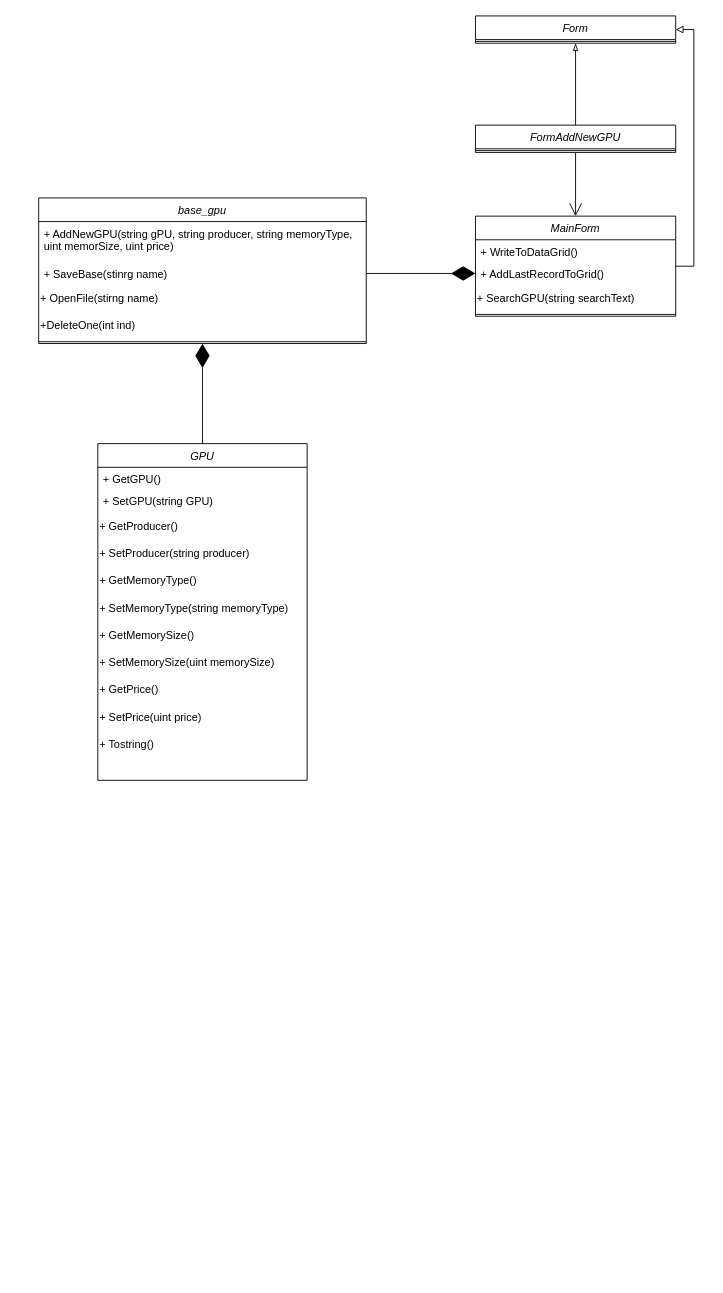
This is uml.drawio from ComebaLL/dbgpu, a draw.io file, before an edit. Source tidied: cells renumbered, new cells numbered last; positions are measured from the earlier drawing's top-left corner, leaving out a move shared by most shapes. Both pictures are drawn from the tidied source at 91%, with x=0, y=0 at pixel (38, 15).
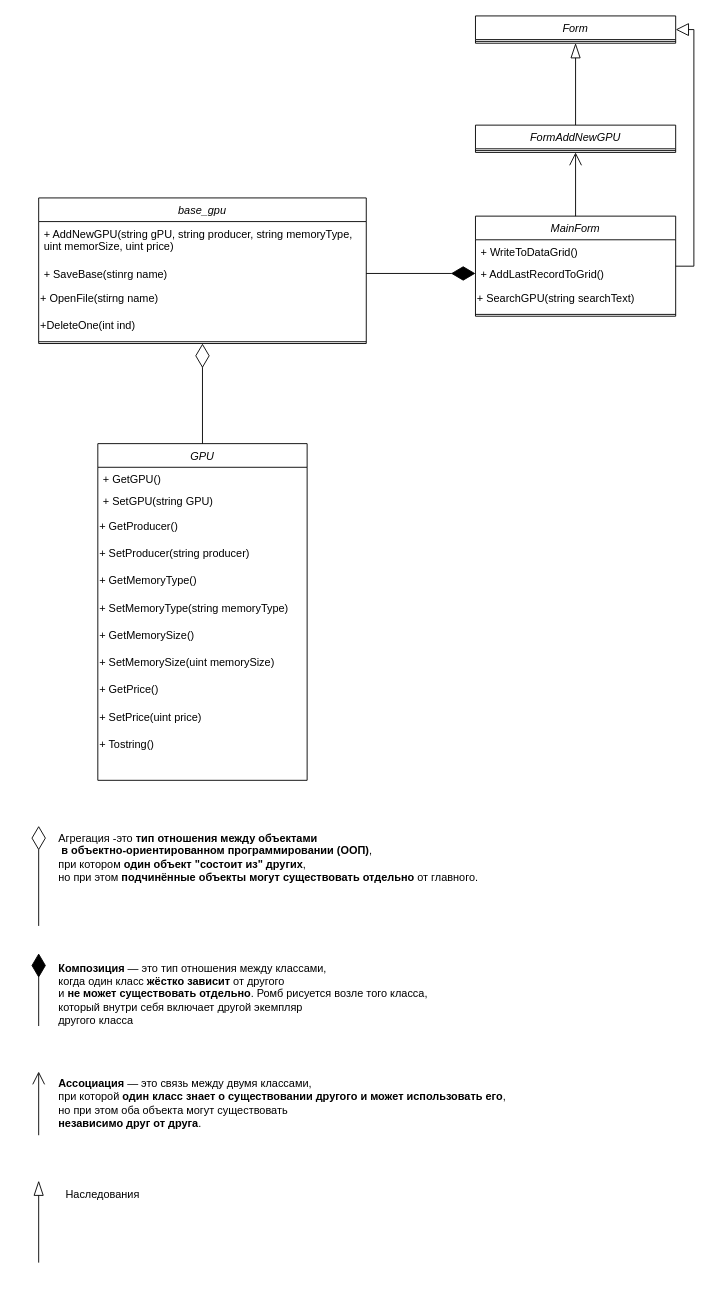
Above is the later version.

The change refers to these unchanged cells:
```xml
<mxCell id="2" value="base_gpu" style="swimlane;fontStyle=2;align=center;verticalAlign=top;horizontal=1;startSize=26;rounded=0;shadow=0;strokeWidth=1;" parent="1" vertex="1">
  <mxGeometry y="200" width="360" height="160" as="geometry" />
</mxCell>
<mxCell id="9" value="MainForm" style="swimlane;fontStyle=2;align=center;verticalAlign=top;horizontal=1;startSize=26;rounded=0;shadow=0;strokeWidth=1;" parent="1" vertex="1">
  <mxGeometry x="480" y="220" width="220" height="110" as="geometry" />
</mxCell>
<mxCell id="14" value="GPU" style="swimlane;fontStyle=2;align=center;verticalAlign=top;horizontal=1;startSize=26;rounded=0;shadow=0;strokeWidth=1;" parent="1" vertex="1">
  <mxGeometry x="65" y="470" width="230" height="370" as="geometry" />
</mxCell>
<mxCell id="27" value="FormAddNewGPU" style="swimlane;fontStyle=2;align=center;verticalAlign=top;horizontal=1;startSize=26;rounded=0;shadow=0;strokeWidth=1;" parent="1" vertex="1">
  <mxGeometry x="480" y="120" width="220" height="30" as="geometry" />
</mxCell>
<mxCell id="29" value="Form" style="swimlane;fontStyle=2;align=center;verticalAlign=top;horizontal=1;startSize=26;rounded=0;shadow=0;strokeWidth=1;" parent="1" vertex="1">
  <mxGeometry x="480" width="220" height="30" as="geometry" />
</mxCell>
```

Diff of the diagram source:
```diff
@@
-    <mxCell id="8" style="edgeStyle=orthogonalEdgeStyle;rounded=0;jettySize=auto;html=1;entryX=1;entryY=0.5;entryDx=0;entryDy=0;endArrow=block;endFill=0;" parent="1" edge="1" source="9" target="29">
+    <mxCell id="8" style="edgeStyle=orthogonalEdgeStyle;rounded=0;jettySize=auto;html=1;entryX=1;entryY=0.5;entryDx=0;entryDy=0;endArrow=block;endFill=0;endSize=12;" parent="1" edge="1" source="9" target="29">
       <mxGeometry relative="1" as="geometry">
         <Array as="points">
           <mxPoint x="720" y="275" />
           <mxPoint x="720" y="15" />
         </Array>
       </mxGeometry>
     </mxCell>
@@
-    <mxCell id="26" style="edgeStyle=orthogonalEdgeStyle;rounded=0;jettySize=auto;html=1;entryX=0.5;entryY=1;entryDx=0;entryDy=0;endArrow=blockThin;endFill=0;" parent="1" edge="1" source="27" target="29">
+    <mxCell id="26" style="edgeStyle=orthogonalEdgeStyle;rounded=0;jettySize=auto;html=1;entryX=0.5;entryY=1;entryDx=0;entryDy=0;endArrow=blockThin;endFill=0;strokeWidth=1;endSize=14;" parent="1" edge="1" source="27" target="29">
       <mxGeometry relative="1" as="geometry" />
     </mxCell>
@@
-    <mxCell id="32" style="endArrow=open;endFill=1;endSize=12;html=1;rounded=0;exitX=0.5;exitY=1;exitDx=0;exitDy=0;" parent="1" edge="1" source="27" target="9">
+    <mxCell id="32" style="endArrow=open;endFill=1;endSize=12;html=1;rounded=0;entryX=0.5;entryY=1;entryDx=0;entryDy=0;exitX=0.5;exitY=0;exitDx=0;exitDy=0;" parent="1" edge="1" source="9" target="27">
       <mxGeometry relative="1" as="geometry" />
     </mxCell>
-    <mxCell id="33" style="endArrow=diamondThin;endFill=1;endSize=24;html=1;rounded=0;exitX=0.5;exitY=0;exitDx=0;exitDy=0;entryX=0.5;entryY=1;entryDx=0;entryDy=0;" parent="1" edge="1" source="14" target="2">
+    <mxCell id="33" style="endArrow=diamondThin;endFill=0;endSize=24;html=1;rounded=0;exitX=0.5;exitY=0;exitDx=0;exitDy=0;entryX=0.5;entryY=1;entryDx=0;entryDy=0;" parent="1" edge="1" source="14" target="2">
       <mxGeometry relative="1" as="geometry" />
     </mxCell>
+    <mxCell id="34" style="endArrow=diamondThin;endFill=0;endSize=24;html=1;rounded=0;exitX=0.5;exitY=0;exitDx=0;exitDy=0;entryX=0.5;entryY=1;entryDx=0;entryDy=0;" parent="1" edge="1">
+      <mxGeometry relative="1" as="geometry">
+        <mxPoint y="1000" as="sourcePoint" />
+        <mxPoint y="890" as="targetPoint" />
+      </mxGeometry>
+    </mxCell>
+    <mxCell id="35" value="Агрегация -это &lt;strong&gt;тип отношения между объектами&lt;/strong&gt;&lt;div&gt;&lt;strong&gt;&amp;nbsp;в объектно-ориентированном программировании (ООП)&lt;/strong&gt;,&amp;nbsp;&lt;/div&gt;&lt;div&gt;при котором &lt;strong&gt;один объект &quot;состоит из&quot; других&lt;/strong&gt;,&amp;nbsp;&lt;div&gt;но при этом &lt;strong&gt;подчинённые объекты могут существовать отдельно&lt;/strong&gt; от главного.&lt;/div&gt;&lt;/div&gt;" style="text;html=1;align=left;verticalAlign=middle;strokeColor=none;fillColor=none;" parent="1" vertex="1">
+      <mxGeometry x="20" y="890" width="480" height="70" as="geometry" />
+    </mxCell>
+    <mxCell id="36" style="endArrow=diamondThin;endFill=1;endSize=24;html=1;rounded=0;entryX=0;entryY=0.5;entryDx=0;entryDy=0;" parent="1" edge="1">
+      <mxGeometry relative="1" as="geometry">
+        <mxPoint y="1110" as="sourcePoint" />
+        <mxPoint y="1030" as="targetPoint" />
+      </mxGeometry>
+    </mxCell>
+    <mxCell id="37" value="&lt;strong&gt;Композиция&lt;/strong&gt;&amp;nbsp;— это тип отношения между классами,&amp;nbsp;&lt;div&gt;когда один класс&amp;nbsp;&lt;strong&gt;жёстко зависит&lt;/strong&gt;&amp;nbsp;от другого&amp;nbsp;&lt;/div&gt;&lt;div&gt;и&amp;nbsp;&lt;strong&gt;не может существовать отдельно&lt;/strong&gt;. Ромб рисуется возле того класса,&amp;nbsp;&lt;/div&gt;&lt;div&gt;который внутри себя включает другой экемпляр&amp;nbsp;&lt;/div&gt;&lt;div&gt;другого класса&lt;/div&gt;" style="text;html=1;align=left;verticalAlign=middle;strokeColor=none;fillColor=none;" parent="1" vertex="1">
+      <mxGeometry x="20" y="1030" width="430" height="90" as="geometry" />
+    </mxCell>
+    <mxCell id="38" style="endArrow=open;endFill=1;endSize=12;html=1;rounded=0;entryX=0.5;entryY=1;entryDx=0;entryDy=0;exitX=0.5;exitY=0;exitDx=0;exitDy=0;" parent="1" edge="1">
+      <mxGeometry relative="1" as="geometry">
+        <mxPoint y="1230" as="sourcePoint" />
+        <mxPoint y="1160" as="targetPoint" />
+      </mxGeometry>
+    </mxCell>
+    <mxCell id="39" value="&lt;strong style=&quot;&quot;&gt;Ассоциация&lt;/strong&gt;&lt;span style=&quot;&quot;&gt;&amp;nbsp;— это связь между двумя классами,&amp;nbsp;&lt;/span&gt;&lt;div style=&quot;&quot;&gt;при которой&amp;nbsp;&lt;strong&gt;один класс знает о существовании другого и может использовать его&lt;/strong&gt;,&amp;nbsp;&lt;/div&gt;&lt;div style=&quot;&quot;&gt;но при этом оба объекта могут существовать&amp;nbsp;&lt;/div&gt;&lt;div style=&quot;&quot;&gt;&lt;strong&gt;независимо друг от друга&lt;/strong&gt;.&lt;/div&gt;" style="text;html=1;align=left;verticalAlign=middle;strokeColor=none;fillColor=none;" parent="1" vertex="1">
+      <mxGeometry x="20" y="1160" width="520" height="70" as="geometry" />
+    </mxCell>
+    <mxCell id="40" style="edgeStyle=orthogonalEdgeStyle;rounded=0;orthogonalLoop=1;jettySize=auto;html=1;entryX=0.5;entryY=1;entryDx=0;entryDy=0;endArrow=blockThin;endFill=0;strokeWidth=1;endSize=14;" parent="1" edge="1">
+      <mxGeometry relative="1" as="geometry">
+        <mxPoint y="1370" as="sourcePoint" />
+        <mxPoint y="1280" as="targetPoint" />
+      </mxGeometry>
+    </mxCell>
+    <mxCell id="41" value="Наследования" style="text;html=1;align=center;verticalAlign=middle;strokeColor=none;fillColor=none;" parent="1" vertex="1">
+      <mxGeometry x="20" y="1280" width="100" height="30" as="geometry" />
+    </mxCell>
```
